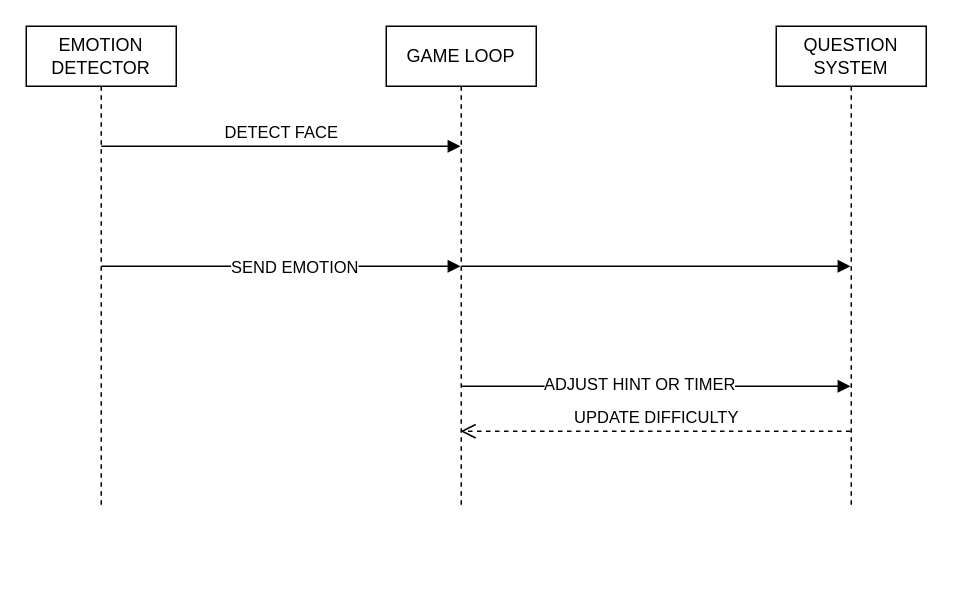
This is diagrams/EMOTION DETECTION.drawio from TUHEU/MATH-RUNNER, a draw.io file, before an edit. Source tidied: cells renumbered, new cells numbered last; positions are measured from the earlier drawing's top-left corner, leaving out a move shared by most shapes. Both pictures are drawn from the tidied source at 150%, with x=0, y=0 at pixel (26, 26).
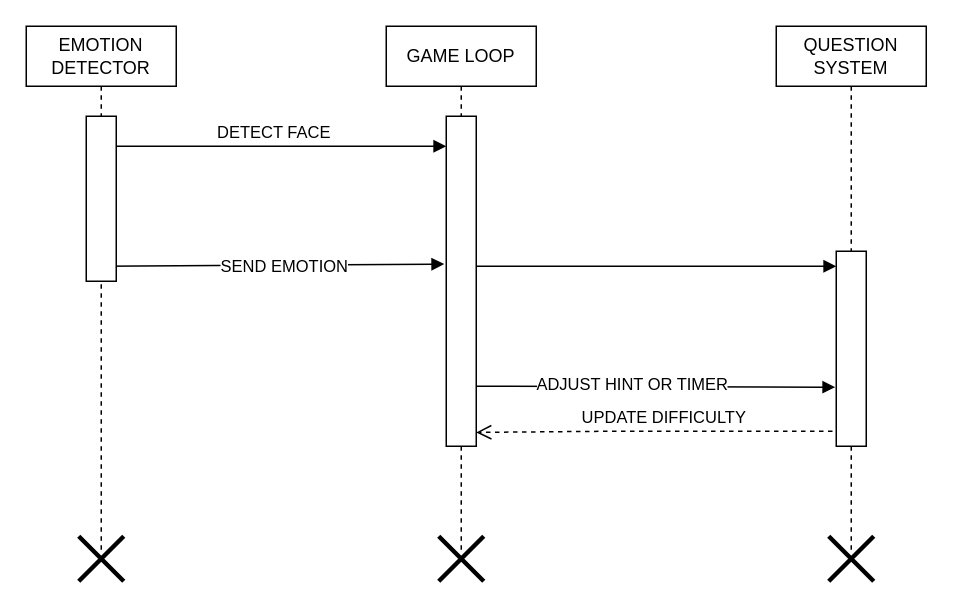
The same diagram, later.

Change to the diagram source:
```diff
@@
     <mxCell id="2" value="EMOTION DETECTOR" style="shape=umlLifeline;perimeter=lifelinePerimeter;whiteSpace=wrap;html=1;newEdgeStyle={&quot;curved&quot;:0,&quot;rounded&quot;:0};" parent="1" vertex="1">
-      <mxGeometry width="100" height="320" as="geometry" />
+      <mxGeometry width="100" height="350" as="geometry" />
     </mxCell>
     <mxCell id="3" value="GAME LOOP" style="shape=umlLifeline;perimeter=lifelinePerimeter;whiteSpace=wrap;html=1;outlineConnect=0;portConstraint=eastwest;newEdgeStyle={&quot;curved&quot;:0,&quot;rounded&quot;:0};" parent="1" vertex="1">
-      <mxGeometry x="240" width="100" height="320" as="geometry" />
+      <mxGeometry x="240" width="100" height="350" as="geometry" />
     </mxCell>
     <mxCell id="4" value="QUESTION SYSTEM" style="shape=umlLifeline;perimeter=lifelinePerimeter;whiteSpace=wrap;html=1;outlineConnect=0;portConstraint=eastwest;newEdgeStyle={&quot;curved&quot;:0,&quot;rounded&quot;:0};" parent="1" vertex="1">
-      <mxGeometry x="500" width="100" height="320" as="geometry" />
+      <mxGeometry x="500" width="100" height="350" as="geometry" />
     </mxCell>
-    <mxCell id="5" value="DETECT FACE" style="html=1;verticalAlign=bottom;endArrow=block;curved=0;rounded=0;" parent="1" edge="1" target="3">
+    <mxCell id="5" value="DETECT FACE" style="html=1;verticalAlign=bottom;endArrow=block;curved=0;rounded=0;entryX=0;entryY=0.091;entryDx=0;entryDy=0;entryPerimeter=0;" parent="1" edge="1" target="14">
       <mxGeometry relative="1" as="geometry">
         <mxPoint x="50" y="80" as="sourcePoint" />
       </mxGeometry>
     </mxCell>
-    <mxCell id="6" style="html=1;verticalAlign=bottom;endArrow=block;curved=0;rounded=0;" parent="1" edge="1" target="3">
+    <mxCell id="6" style="html=1;verticalAlign=bottom;endArrow=block;curved=0;rounded=0;entryX=-0.067;entryY=0.448;entryDx=0;entryDy=0;entryPerimeter=0;" parent="1" edge="1" target="14">
       <mxGeometry relative="1" as="geometry">
         <mxPoint x="50" y="160" as="sourcePoint" />
       </mxGeometry>
     </mxCell>
@@
-    <mxCell id="8" style="html=1;verticalAlign=bottom;endArrow=block;curved=0;rounded=0;" parent="1" edge="1" target="4">
+    <mxCell id="8" style="html=1;verticalAlign=bottom;endArrow=block;curved=0;rounded=0;entryX=0;entryY=0.077;entryDx=0;entryDy=0;entryPerimeter=0;" parent="1" edge="1" target="15">
       <mxGeometry relative="1" as="geometry">
         <mxPoint x="290" y="160" as="sourcePoint" />
       </mxGeometry>
     </mxCell>
-    <mxCell id="9" value="UPDATE DIFFICULTY" style="html=1;verticalAlign=bottom;endArrow=open;dashed=1;endSize=8;curved=0;rounded=0;" parent="1" edge="1">
+    <mxCell id="9" value="UPDATE DIFFICULTY" style="html=1;verticalAlign=bottom;endArrow=open;dashed=1;endSize=8;curved=0;rounded=0;entryX=1;entryY=0.958;entryDx=0;entryDy=0;entryPerimeter=0;" parent="1" edge="1" target="14">
       <mxGeometry relative="1" as="geometry">
         <mxPoint x="549.5" y="270" as="sourcePoint" />
-        <mxPoint x="289.5" y="270" as="targetPoint" />
         <Array as="points">
           <mxPoint x="390" y="270" />
         </Array>
       </mxGeometry>
     </mxCell>
-    <mxCell id="10" style="html=1;verticalAlign=bottom;endArrow=block;curved=0;rounded=0;" parent="1" edge="1" target="4">
+    <mxCell id="10" style="html=1;verticalAlign=bottom;endArrow=block;curved=0;rounded=0;entryX=-0.033;entryY=0.697;entryDx=0;entryDy=0;entryPerimeter=0;" parent="1" edge="1" target="15">
       <mxGeometry x="0.5" y="10" relative="1" as="geometry">
         <mxPoint x="290" y="240" as="sourcePoint" />
       </mxGeometry>
     </mxCell>
@@
+    <mxCell id="12" style="rounded=0;whiteSpace=wrap;html=1;" parent="1" vertex="1">
+      <mxGeometry x="40" y="60" width="20" height="110" as="geometry" />
+    </mxCell>
+    <mxCell id="13" style="rounded=0;whiteSpace=wrap;html=1;" parent="1" vertex="1">
+      <mxGeometry x="290" y="120" height="60" as="geometry" />
+    </mxCell>
+    <mxCell id="14" style="rounded=0;whiteSpace=wrap;html=1;" parent="1" vertex="1">
+      <mxGeometry x="280" y="60" width="20" height="220" as="geometry" />
+    </mxCell>
+    <mxCell id="15" style="rounded=0;whiteSpace=wrap;html=1;" parent="1" vertex="1">
+      <mxGeometry x="540" y="150" width="20" height="130" as="geometry" />
+    </mxCell>
+    <mxCell id="16" style="shape=umlDestroy;whiteSpace=wrap;html=1;strokeWidth=3;targetShapes=umlLifeline;" parent="1" vertex="1">
+      <mxGeometry x="35" y="340" width="30" height="30" as="geometry" />
+    </mxCell>
+    <mxCell id="17" style="shape=umlDestroy;whiteSpace=wrap;html=1;strokeWidth=3;targetShapes=umlLifeline;" parent="1" vertex="1">
+      <mxGeometry x="275" y="340" width="30" height="30" as="geometry" />
+    </mxCell>
+    <mxCell id="18" style="shape=umlDestroy;whiteSpace=wrap;html=1;strokeWidth=3;targetShapes=umlLifeline;" parent="1" vertex="1">
+      <mxGeometry x="535" y="340" width="30" height="30" as="geometry" />
+    </mxCell>
```
